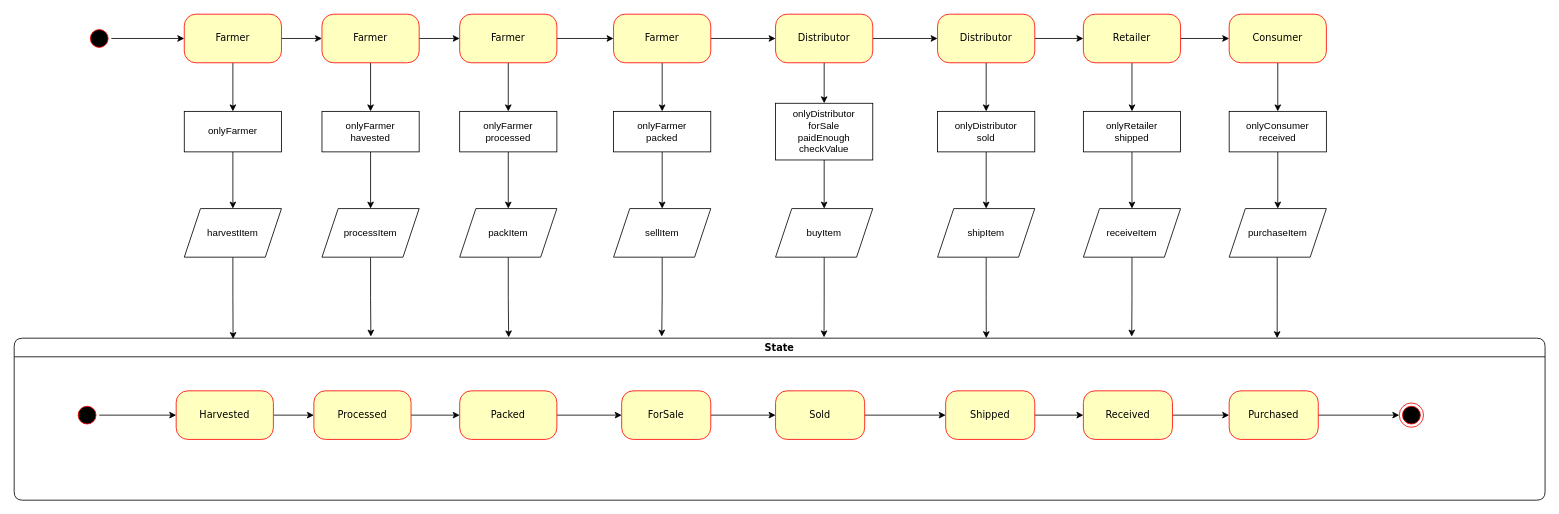
Before: project_3/diagrams/State-Diagram.drawio in icole/blockchain_nanodegree, a draw.io diagram. Source tidied: cells renumbered, new cells numbered last; positions are measured from the earlier drawing's top-left corner, leaving out a move shared by most shapes. Both pictures are drawn from the tidied source at 81%, with x=0, y=0 at pixel (14, 14).
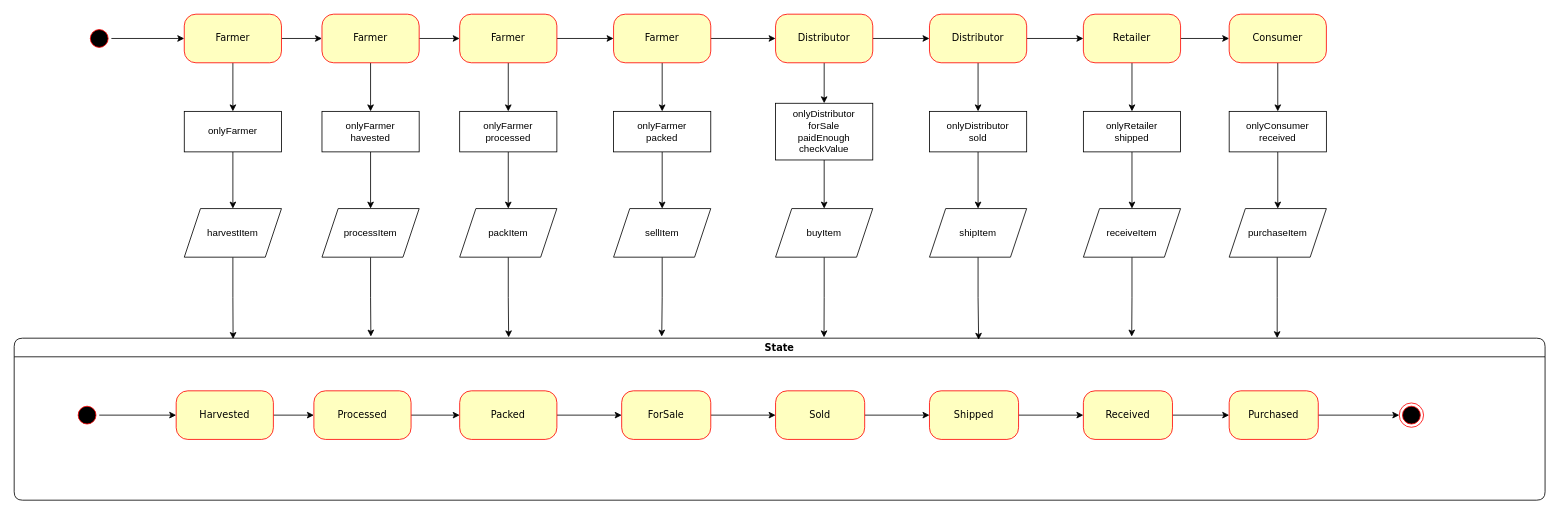
Above is the later version.

The change refers to these unchanged cells:
```xml
<mxCell id="7" value="State" style="swimlane;whiteSpace=wrap;html=1;rounded=1;shadow=0;comic=0;labelBackgroundColor=none;strokeWidth=1;fontFamily=Verdana;fontSize=12;align=center;" parent="1" vertex="1">
  <mxGeometry y="400" width="1890" height="200" as="geometry" />
</mxCell>
```

The edit, as a diff of the source:
```diff
@@
     <mxCell id="22" value="Shipped" style="rounded=1;whiteSpace=wrap;html=1;arcSize=24;fillColor=#ffffc0;strokeColor=#ff0000;shadow=0;comic=0;labelBackgroundColor=none;fontFamily=Verdana;fontSize=12;fontColor=#000000;align=center;" parent="7" vertex="1">
-      <mxGeometry x="1150" y="65" width="110" height="60" as="geometry" />
+      <mxGeometry x="1130" y="65" width="110" height="60" as="geometry" />
     </mxCell>
@@
     <mxCell id="41" value="Distributor" style="rounded=1;whiteSpace=wrap;html=1;arcSize=24;fillColor=#ffffc0;strokeColor=#ff0000;shadow=0;comic=0;labelBackgroundColor=none;fontFamily=Verdana;fontSize=12;fontColor=#000000;align=center;" parent="1" vertex="1">
-      <mxGeometry x="1140" width="120" height="60" as="geometry" />
+      <mxGeometry x="1130" width="120" height="60" as="geometry" />
     </mxCell>
@@
     <mxCell id="68" value="&lt;div&gt;onlyDistributor&lt;/div&gt;&lt;div&gt;sold&lt;br&gt;&lt;/div&gt;" style="rounded=0;whiteSpace=wrap;html=1;" parent="1" vertex="1">
-      <mxGeometry x="1140" y="120" width="120" height="50" as="geometry" />
+      <mxGeometry x="1130" y="120" width="120" height="50" as="geometry" />
     </mxCell>
-    <mxCell id="69" style="edgeStyle=orthogonalEdgeStyle;rounded=0;jettySize=auto;html=1;exitX=0.5;exitY=1;exitDx=0;exitDy=0;entryX=0.635;entryY=0;entryDx=0;entryDy=0;entryPerimeter=0;" parent="1" edge="1" source="70" target="7">
+    <mxCell id="69" style="edgeStyle=orthogonalEdgeStyle;rounded=0;jettySize=auto;html=1;entryX=0.63;entryY=0.01;entryDx=0;entryDy=0;entryPerimeter=0;" parent="1" edge="1" source="70" target="7">
       <mxGeometry relative="1" as="geometry" />
     </mxCell>
     <mxCell id="70" value="shipItem" style="shape=parallelogram;perimeter=parallelogramPerimeter;whiteSpace=wrap;html=1;fixedSize=1;" parent="1" vertex="1">
-      <mxGeometry x="1140" y="240" width="120" height="60" as="geometry" />
+      <mxGeometry x="1130" y="240" width="120" height="60" as="geometry" />
     </mxCell>
```
